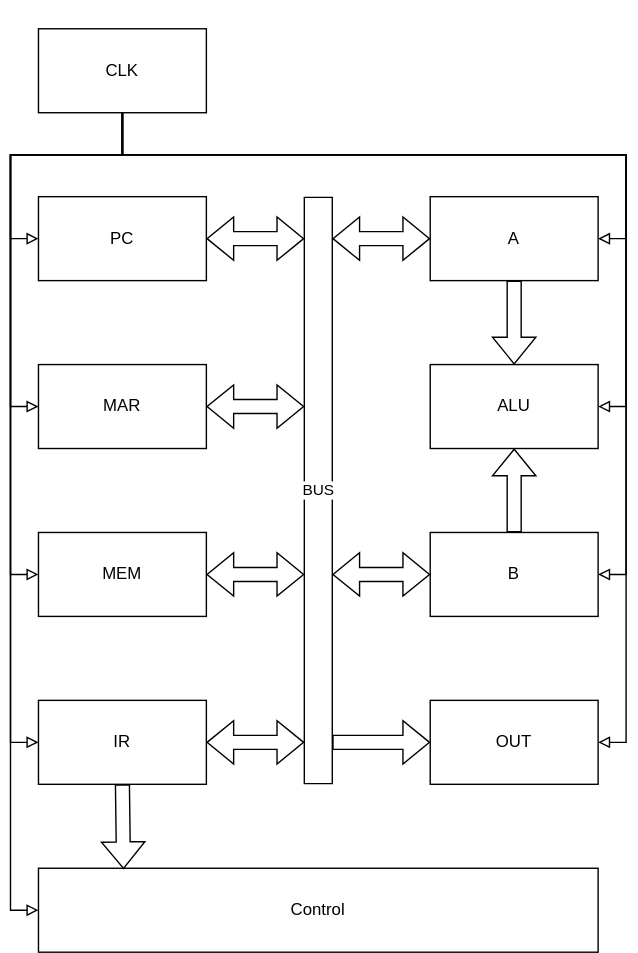
Earlier version of the draw.io export diagram/ASAP1.drawio.svg (lbthomsen/asap-1). Source tidied: cells renumbered, new cells last; positions are measured from the earlier drawing's top-left corner, leaving out a move shared by most shapes.
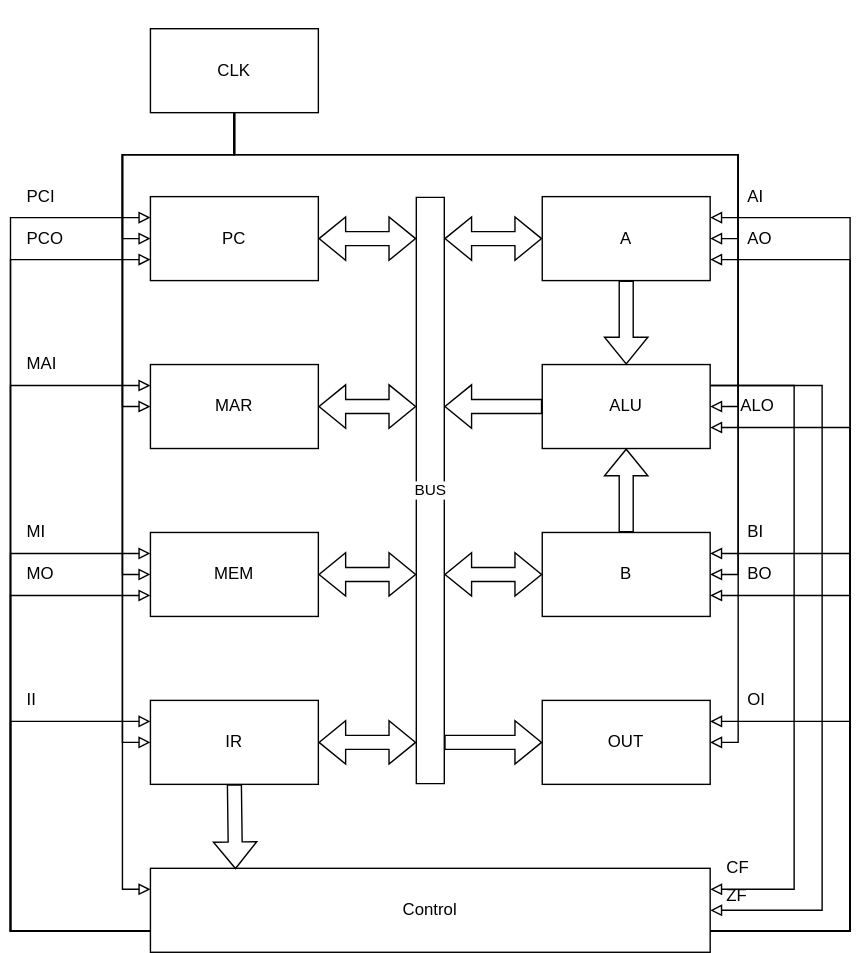
Above is the later version.

Change to the diagram source:
```diff
@@ -5,6 +5,22 @@
     <mxCell id="2" style="edgeStyle=orthogonalEdgeStyle;rounded=0;jettySize=auto;html=1;exitX=1;exitY=0.5;exitDx=0;exitDy=0;entryX=0.5;entryY=1;entryDx=0;entryDy=0;startArrow=block;startFill=0;endArrow=none;endFill=0;endSize=6;fillColor=default;" parent="1" edge="1" source="3" target="29">
       <mxGeometry relative="1" as="geometry" />
     </mxCell>
+    <mxCell id="33" style="edgeStyle=orthogonalEdgeStyle;rounded=0;jettySize=auto;html=1;exitX=1;exitY=0.25;exitDx=0;exitDy=0;entryX=1;entryY=0.75;entryDx=0;entryDy=0;startArrow=block;startFill=0;endArrow=none;endFill=0;endSize=6;fillColor=default;" parent="1" edge="1" source="3" target="31">
+      <mxGeometry relative="1" as="geometry">
+        <Array as="points">
+          <mxPoint x="520" y="155" />
+          <mxPoint x="520" y="665" />
+        </Array>
+      </mxGeometry>
+    </mxCell>
+    <mxCell id="34" style="edgeStyle=orthogonalEdgeStyle;rounded=0;jettySize=auto;html=1;exitX=1;exitY=0.75;exitDx=0;exitDy=0;entryX=1;entryY=0.75;entryDx=0;entryDy=0;startArrow=block;startFill=0;endArrow=none;endFill=0;endSize=6;fillColor=default;" parent="1" edge="1" source="3" target="31">
+      <mxGeometry relative="1" as="geometry">
+        <Array as="points">
+          <mxPoint x="520" y="185" />
+          <mxPoint x="520" y="665" />
+        </Array>
+      </mxGeometry>
+    </mxCell>
     <mxCell id="3" value="A" style="rounded=0;whiteSpace=wrap;html=1;" parent="1" vertex="1">
       <mxGeometry x="300" y="140" width="120" height="60" as="geometry" />
     </mxCell>
@@ -35,6 +51,22 @@
     <mxCell id="8" style="edgeStyle=orthogonalEdgeStyle;rounded=0;jettySize=auto;html=1;exitX=0;exitY=0.5;exitDx=0;exitDy=0;entryX=0.5;entryY=1;entryDx=0;entryDy=0;startArrow=block;startFill=0;endArrow=none;endFill=0;endSize=6;fillColor=default;" parent="1" edge="1" source="9" target="29">
       <mxGeometry relative="1" as="geometry" />
     </mxCell>
+    <mxCell id="35" style="edgeStyle=orthogonalEdgeStyle;rounded=0;jettySize=auto;html=1;exitX=0;exitY=0.25;exitDx=0;exitDy=0;entryX=0;entryY=0.75;entryDx=0;entryDy=0;startArrow=block;startFill=0;endArrow=none;endFill=0;endSize=6;fillColor=default;" parent="1" edge="1" source="9" target="31">
+      <mxGeometry relative="1" as="geometry">
+        <Array as="points">
+          <mxPoint x="-80" y="155" />
+          <mxPoint x="-80" y="665" />
+        </Array>
+      </mxGeometry>
+    </mxCell>
+    <mxCell id="36" style="edgeStyle=orthogonalEdgeStyle;rounded=0;jettySize=auto;html=1;exitX=0;exitY=0.75;exitDx=0;exitDy=0;entryX=0;entryY=0.75;entryDx=0;entryDy=0;startArrow=block;startFill=0;endArrow=none;endFill=0;endSize=6;fillColor=default;" parent="1" edge="1" source="9" target="31">
+      <mxGeometry relative="1" as="geometry">
+        <Array as="points">
+          <mxPoint x="-80" y="185" />
+          <mxPoint x="-80" y="665" />
+        </Array>
+      </mxGeometry>
+    </mxCell>
     <mxCell id="9" value="PC" style="rounded=0;whiteSpace=wrap;html=1;" parent="1" vertex="1">
       <mxGeometry x="20" y="140" width="120" height="60" as="geometry" />
     </mxCell>
@@ -47,6 +79,14 @@
         </Array>
       </mxGeometry>
     </mxCell>
+    <mxCell id="37" style="edgeStyle=orthogonalEdgeStyle;rounded=0;jettySize=auto;html=1;exitX=0;exitY=0.25;exitDx=0;exitDy=0;startArrow=block;startFill=0;endArrow=none;endFill=0;endSize=6;fillColor=default;entryX=0;entryY=0.75;entryDx=0;entryDy=0;" parent="1" edge="1" source="11" target="31">
+      <mxGeometry relative="1" as="geometry">
+        <Array as="points">
+          <mxPoint x="-80" y="275" />
+          <mxPoint x="-80" y="665" />
+        </Array>
+      </mxGeometry>
+    </mxCell>
     <mxCell id="11" value="MAR" style="rounded=0;whiteSpace=wrap;html=1;" parent="1" vertex="1">
       <mxGeometry x="20" y="260" width="120" height="60" as="geometry" />
     </mxCell>
@@ -60,6 +100,14 @@
         </Array>
       </mxGeometry>
     </mxCell>
+    <mxCell id="38" style="edgeStyle=orthogonalEdgeStyle;rounded=0;jettySize=auto;html=1;exitX=0;exitY=0.25;exitDx=0;exitDy=0;startArrow=block;startFill=0;endArrow=none;endFill=0;endSize=6;fillColor=default;entryX=0;entryY=0.75;entryDx=0;entryDy=0;" parent="1" edge="1" source="13" target="31">
+      <mxGeometry relative="1" as="geometry">
+        <Array as="points">
+          <mxPoint x="-80" y="515" />
+          <mxPoint x="-80" y="665" />
+        </Array>
+      </mxGeometry>
+    </mxCell>
     <mxCell id="13" value="IR" style="rounded=0;whiteSpace=wrap;html=1;" parent="1" vertex="1">
       <mxGeometry x="20" y="500" width="120" height="60" as="geometry" />
     </mxCell>
@@ -72,6 +120,22 @@
         </Array>
       </mxGeometry>
     </mxCell>
+    <mxCell id="39" style="edgeStyle=orthogonalEdgeStyle;rounded=0;jettySize=auto;html=1;exitX=0;exitY=0.25;exitDx=0;exitDy=0;entryX=0;entryY=0.75;entryDx=0;entryDy=0;startArrow=block;startFill=0;endArrow=none;endFill=0;endSize=6;fillColor=default;" parent="1" edge="1" source="15" target="31">
+      <mxGeometry relative="1" as="geometry">
+        <Array as="points">
+          <mxPoint x="-80" y="395" />
+          <mxPoint x="-80" y="665" />
+        </Array>
+      </mxGeometry>
+    </mxCell>
+    <mxCell id="40" style="edgeStyle=orthogonalEdgeStyle;rounded=0;jettySize=auto;html=1;exitX=0;exitY=0.75;exitDx=0;exitDy=0;startArrow=block;startFill=0;endArrow=none;endFill=0;endSize=6;fillColor=default;entryX=0;entryY=0.75;entryDx=0;entryDy=0;" parent="1" edge="1" source="15" target="31">
+      <mxGeometry relative="1" as="geometry">
+        <Array as="points">
+          <mxPoint x="-80" y="425" />
+          <mxPoint x="-80" y="665" />
+        </Array>
+      </mxGeometry>
+    </mxCell>
     <mxCell id="15" value="MEM" style="rounded=0;whiteSpace=wrap;html=1;" parent="1" vertex="1">
       <mxGeometry x="20" y="380" width="120" height="60" as="geometry" />
     </mxCell>
@@ -143,20 +207,115 @@
     <mxCell id="29" value="CLK" style="rounded=0;whiteSpace=wrap;html=1;" parent="1" vertex="1">
       <mxGeometry x="20" y="20" width="120" height="60" as="geometry" />
     </mxCell>
-    <mxCell id="30" style="edgeStyle=orthogonalEdgeStyle;rounded=0;jettySize=auto;html=1;exitX=0;exitY=0.5;exitDx=0;exitDy=0;entryX=0.5;entryY=1;entryDx=0;entryDy=0;startArrow=block;startFill=0;endArrow=none;endFill=0;endSize=6;fillColor=default;" parent="1" edge="1" source="31" target="29">
+    <mxCell id="30" style="edgeStyle=orthogonalEdgeStyle;rounded=0;jettySize=auto;html=1;exitX=0;exitY=0.25;exitDx=0;exitDy=0;entryX=0.5;entryY=1;entryDx=0;entryDy=0;startArrow=block;startFill=0;endArrow=none;endFill=0;endSize=6;fillColor=default;" parent="1" edge="1" source="31" target="29">
       <mxGeometry relative="1" as="geometry">
         <Array as="points">
-          <mxPoint y="650" />
+          <mxPoint y="635" />
           <mxPoint y="110" />
           <mxPoint x="80" y="110" />
         </Array>
       </mxGeometry>
     </mxCell>
+    <mxCell id="41" style="edgeStyle=orthogonalEdgeStyle;rounded=0;jettySize=auto;html=1;exitX=1;exitY=0.25;exitDx=0;exitDy=0;entryX=1;entryY=0.25;entryDx=0;entryDy=0;startArrow=block;startFill=0;endArrow=none;endFill=0;endSize=6;fillColor=default;" parent="1" edge="1" source="31" target="7">
+      <mxGeometry relative="1" as="geometry">
+        <Array as="points">
+          <mxPoint x="480" y="635" />
+          <mxPoint x="480" y="275" />
+        </Array>
+      </mxGeometry>
+    </mxCell>
+    <mxCell id="42" style="edgeStyle=orthogonalEdgeStyle;rounded=0;jettySize=auto;html=1;exitX=1;exitY=0.5;exitDx=0;exitDy=0;entryX=1;entryY=0.25;entryDx=0;entryDy=0;startArrow=block;startFill=0;endArrow=none;endFill=0;endSize=6;fillColor=default;" parent="1" edge="1" source="31" target="7">
+      <mxGeometry relative="1" as="geometry">
+        <Array as="points">
+          <mxPoint x="500" y="650" />
+          <mxPoint x="500" y="275" />
+        </Array>
+      </mxGeometry>
+    </mxCell>
+    <mxCell id="43" style="edgeStyle=orthogonalEdgeStyle;rounded=0;jettySize=auto;html=1;exitX=1;exitY=0.75;exitDx=0;exitDy=0;entryX=1;entryY=0.25;entryDx=0;entryDy=0;startArrow=none;startFill=0;endArrow=block;endFill=0;endSize=6;fillColor=default;" parent="1" edge="1" source="31" target="5">
+      <mxGeometry relative="1" as="geometry">
+        <Array as="points">
+          <mxPoint x="520" y="665" />
+          <mxPoint x="520" y="395" />
+        </Array>
+      </mxGeometry>
+    </mxCell>
+    <mxCell id="44" style="edgeStyle=orthogonalEdgeStyle;rounded=0;jettySize=auto;html=1;exitX=1;exitY=0.75;exitDx=0;exitDy=0;entryX=1;entryY=0.75;entryDx=0;entryDy=0;startArrow=none;startFill=0;endArrow=block;endFill=0;endSize=6;fillColor=default;" parent="1" edge="1" source="31" target="5">
+      <mxGeometry relative="1" as="geometry">
+        <Array as="points">
+          <mxPoint x="520" y="665" />
+          <mxPoint x="520" y="425" />
+        </Array>
+      </mxGeometry>
+    </mxCell>
+    <mxCell id="45" style="edgeStyle=orthogonalEdgeStyle;rounded=0;jettySize=auto;html=1;exitX=1;exitY=0.75;exitDx=0;exitDy=0;entryX=1;entryY=0.25;entryDx=0;entryDy=0;startArrow=none;startFill=0;endArrow=block;endFill=0;endSize=6;fillColor=default;" parent="1" edge="1" source="31" target="17">
+      <mxGeometry relative="1" as="geometry">
+        <Array as="points">
+          <mxPoint x="520" y="665" />
+          <mxPoint x="520" y="515" />
+        </Array>
+      </mxGeometry>
+    </mxCell>
+    <mxCell id="46" style="edgeStyle=orthogonalEdgeStyle;rounded=0;jettySize=auto;html=1;exitX=1;exitY=0.75;exitDx=0;exitDy=0;entryX=1;entryY=0.75;entryDx=0;entryDy=0;startArrow=none;startFill=0;endArrow=block;endFill=0;endSize=6;fillColor=default;" parent="1" edge="1" source="31" target="7">
+      <mxGeometry relative="1" as="geometry">
+        <Array as="points">
+          <mxPoint x="520" y="665" />
+          <mxPoint x="520" y="305" />
+        </Array>
+      </mxGeometry>
+    </mxCell>
     <mxCell id="31" value="Control" style="rounded=0;whiteSpace=wrap;html=1;" parent="1" vertex="1">
       <mxGeometry x="20" y="620" width="400" height="60" as="geometry" />
     </mxCell>
     <mxCell id="32" style="shape=flexArrow;endArrow=none;startArrow=block;html=1;rounded=0;endSize=6;fillColor=default;entryX=0.5;entryY=1;entryDx=0;entryDy=0;exitX=0.152;exitY=0.011;exitDx=0;exitDy=0;exitPerimeter=0;startFill=0;endFill=0;" parent="1" edge="1" source="31" target="13">
       <mxGeometry relative="1" as="geometry" />
     </mxCell>
+    <mxCell id="47" value="PCI" style="text;html=1;align=left;verticalAlign=middle;strokeColor=none;fillColor=none;" parent="1" vertex="1">
+      <mxGeometry x="-70" y="130" width="40" height="20" as="geometry" />
+    </mxCell>
+    <mxCell id="48" value="PCO" style="text;html=1;align=left;verticalAlign=middle;strokeColor=none;fillColor=none;" parent="1" vertex="1">
+      <mxGeometry x="-70" y="160" width="40" height="20" as="geometry" />
+    </mxCell>
+    <mxCell id="49" value="MAI" style="text;html=1;align=left;verticalAlign=middle;strokeColor=none;fillColor=none;" parent="1" vertex="1">
+      <mxGeometry x="-70" y="250" width="40" height="20" as="geometry" />
+    </mxCell>
+    <mxCell id="50" value="MI" style="text;html=1;align=left;verticalAlign=middle;strokeColor=none;fillColor=none;" parent="1" vertex="1">
+      <mxGeometry x="-70" y="370" width="30" height="20" as="geometry" />
+    </mxCell>
+    <mxCell id="51" value="MO" style="text;html=1;align=left;verticalAlign=middle;strokeColor=none;fillColor=none;" parent="1" vertex="1">
+      <mxGeometry x="-70" y="400" width="30" height="20" as="geometry" />
+    </mxCell>
+    <mxCell id="52" value="II" style="text;html=1;align=left;verticalAlign=middle;strokeColor=none;fillColor=none;" parent="1" vertex="1">
+      <mxGeometry x="-70" y="490" width="20" height="20" as="geometry" />
+    </mxCell>
+    <mxCell id="53" value="AI" style="text;html=1;align=left;verticalAlign=middle;strokeColor=none;fillColor=none;" parent="1" vertex="1">
+      <mxGeometry x="445" y="130" width="30" height="20" as="geometry" />
+    </mxCell>
+    <mxCell id="54" value="AO" style="text;html=1;align=left;verticalAlign=middle;strokeColor=none;fillColor=none;" parent="1" vertex="1">
+      <mxGeometry x="445" y="160" width="30" height="20" as="geometry" />
+    </mxCell>
+    <mxCell id="55" value="ZF" style="text;html=1;align=left;verticalAlign=middle;strokeColor=none;fillColor=none;" parent="1" vertex="1">
+      <mxGeometry x="430" y="630" width="30" height="20" as="geometry" />
+    </mxCell>
+    <mxCell id="56" value="CF" style="text;html=1;align=left;verticalAlign=middle;strokeColor=none;fillColor=none;" parent="1" vertex="1">
+      <mxGeometry x="430" y="610" width="30" height="20" as="geometry" />
+    </mxCell>
+    <mxCell id="57" value="BI" style="text;html=1;align=left;verticalAlign=middle;strokeColor=none;fillColor=none;" parent="1" vertex="1">
+      <mxGeometry x="445" y="370" width="30" height="20" as="geometry" />
+    </mxCell>
+    <mxCell id="58" value="BO" style="text;html=1;align=left;verticalAlign=middle;strokeColor=none;fillColor=none;" parent="1" vertex="1">
+      <mxGeometry x="445" y="400" width="30" height="20" as="geometry" />
+    </mxCell>
+    <mxCell id="59" value="OI" style="text;html=1;align=left;verticalAlign=middle;strokeColor=none;fillColor=none;" parent="1" vertex="1">
+      <mxGeometry x="445" y="490" width="30" height="20" as="geometry" />
+    </mxCell>
+    <mxCell id="60" style="shape=flexArrow;endArrow=classic;startArrow=none;html=1;rounded=0;endSize=6;fillColor=default;startFill=0;" parent="1" edge="1" source="7">
+      <mxGeometry relative="1" as="geometry">
+        <mxPoint x="230" y="290" as="targetPoint" />
+      </mxGeometry>
+    </mxCell>
+    <mxCell id="61" value="ALO" style="text;html=1;align=left;verticalAlign=middle;strokeColor=none;fillColor=none;" parent="1" vertex="1">
+      <mxGeometry x="440" y="280" width="40" height="20" as="geometry" />
+    </mxCell>
   </root>
 </mxGraphModel>
```
